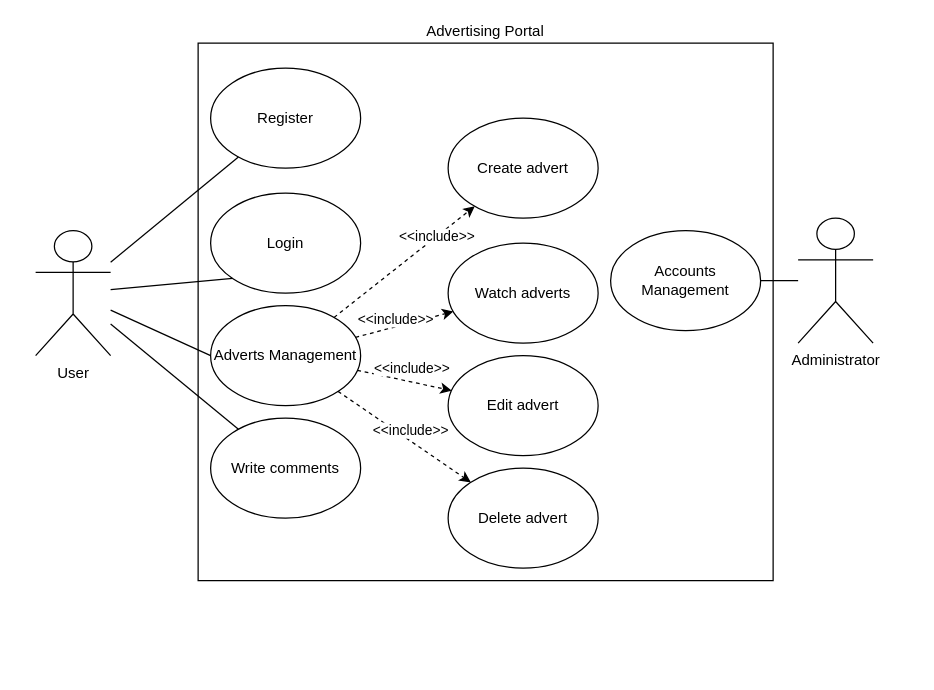
Above: diagrams/use_case.drawio in flapek/DTS-AdPortal (draw.io), before the change. Source tidied: cells renumbered, new cells numbered last; positions are measured from the earlier drawing's top-left corner, leaving out a move shared by most shapes. Both pictures are drawn from the tidied source at 125%, with x=0, y=0 at pixel (35, 42).
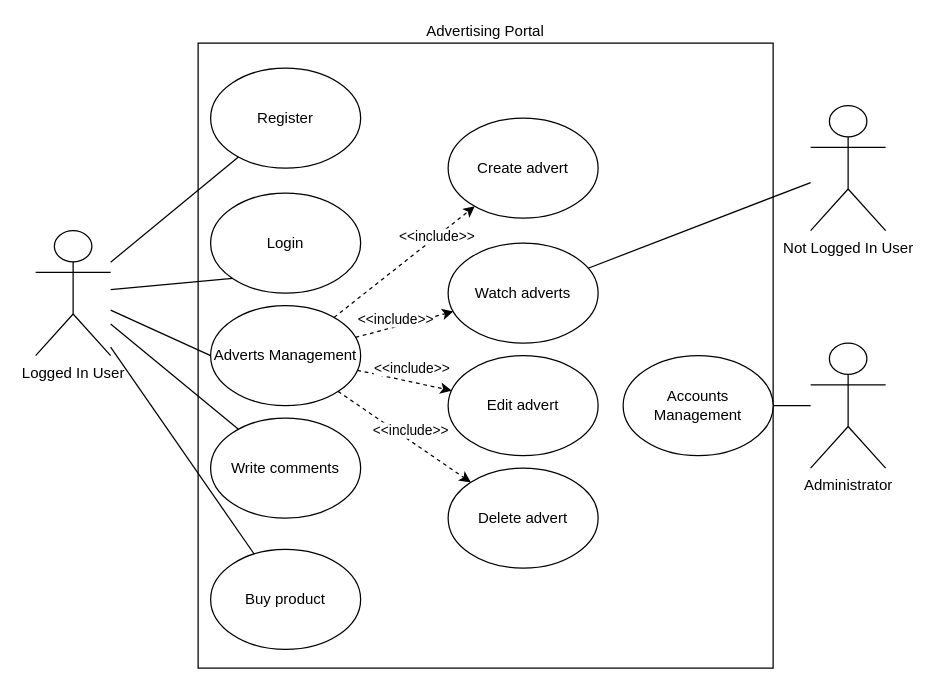
After the change.

Unchanged cells that the change refers to:
```xml
<mxCell id="7" value="Watch adverts" style="ellipse;whiteSpace=wrap;html=1;" parent="1" vertex="1">
  <mxGeometry x="330" y="160" width="120" height="80" as="geometry" />
</mxCell>
```

The edit, as a diff of the source:
```diff
@@
     <mxCell id="2" value="Advertising Portal" style="rounded=0;whiteSpace=wrap;html=1;labelPosition=center;verticalLabelPosition=top;align=center;verticalAlign=bottom;" parent="1" vertex="1">
-      <mxGeometry x="130" width="460" height="430" as="geometry" />
+      <mxGeometry x="130" width="460" height="500" as="geometry" />
     </mxCell>
+    <mxCell id="27" style="edgeStyle=none;html=1;endArrow=none;endFill=0;" parent="1" edge="1" source="3" target="28">
+      <mxGeometry relative="1" as="geometry" />
+    </mxCell>
-    <mxCell id="3" value="User" style="shape=umlActor;verticalLabelPosition=bottom;verticalAlign=top;html=1;outlineConnect=0;" parent="1" vertex="1">
+    <mxCell id="3" value="Logged In User" style="shape=umlActor;verticalLabelPosition=bottom;verticalAlign=top;html=1;outlineConnect=0;" parent="1" vertex="1">
       <mxGeometry y="150" width="60" height="100" as="geometry" />
     </mxCell>
@@
     <mxCell id="11" value="Accounts Management" style="ellipse;whiteSpace=wrap;html=1;" parent="1" vertex="1">
-      <mxGeometry x="460" y="150" width="120" height="80" as="geometry" />
+      <mxGeometry x="470" y="250" width="120" height="80" as="geometry" />
     </mxCell>
@@
     <mxCell id="13" value="Administrator" style="shape=umlActor;verticalLabelPosition=bottom;verticalAlign=top;html=1;outlineConnect=0;" parent="1" vertex="1">
-      <mxGeometry x="610" y="140" width="60" height="100" as="geometry" />
+      <mxGeometry x="620" y="240" width="60" height="100" as="geometry" />
     </mxCell>
@@
+    <mxCell id="28" value="Buy product" style="ellipse;whiteSpace=wrap;html=1;" parent="1" vertex="1">
+      <mxGeometry x="140" y="405" width="120" height="80" as="geometry" />
+    </mxCell>
+    <mxCell id="29" value="Not Logged In User" style="shape=umlActor;verticalLabelPosition=bottom;verticalAlign=top;html=1;outlineConnect=0;" parent="1" vertex="1">
+      <mxGeometry x="620" y="50" width="60" height="100" as="geometry" />
+    </mxCell>
+    <mxCell id="30" style="endArrow=none;html=1;" parent="1" edge="1" source="7" target="29">
+      <mxGeometry relative="1" as="geometry" />
+    </mxCell>
```
